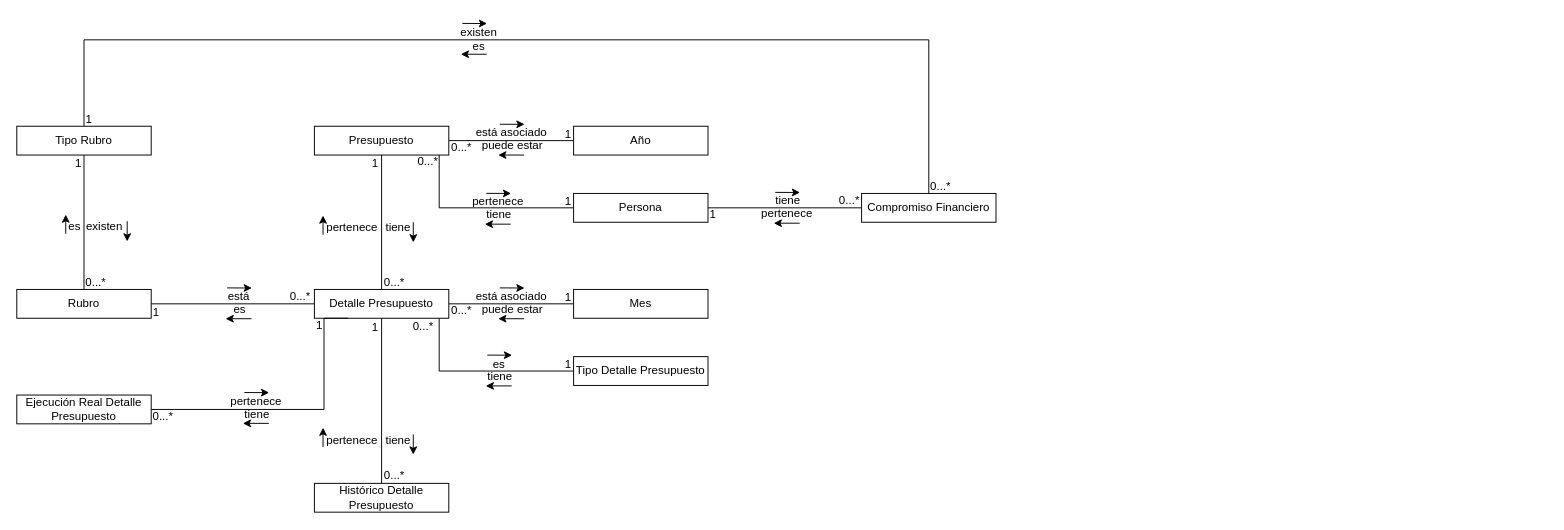
The draw.io diagram Clase/Hecho por el profe/DDD_ModeladoAnémico.drawio in DOOPan2022/Presupuesto, before the edit. Source tidied: cells renumbered, new cells numbered last; positions are measured from the earlier drawing's top-left corner, leaving out a move shared by most shapes. Both pictures are drawn from the tidied source at 96%, with x=0, y=0 at pixel (16, 17).
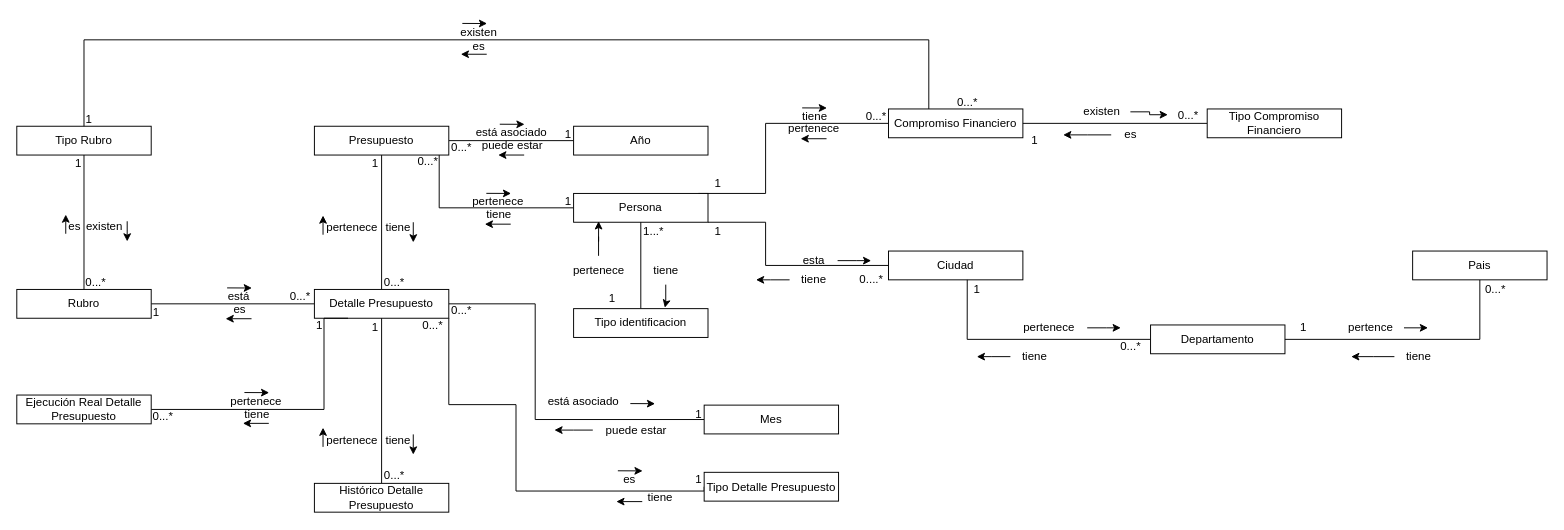
After the change.

Unchanged cells that the change refers to:
```xml
<mxCell id="15" value="Detalle Presupuesto" style="rounded=0;whiteSpace=wrap;html=1;" parent="1" vertex="1">
  <mxGeometry x="310" y="283" width="140" height="30" as="geometry" />
</mxCell>
<mxCell id="21" value="Persona" style="rounded=0;whiteSpace=wrap;html=1;" parent="1" vertex="1">
  <mxGeometry x="580" y="183" width="140" height="30" as="geometry" />
</mxCell>
```

What changed in the source:
```diff
@@
     <mxCell id="13" style="edgeStyle=orthogonalEdgeStyle;rounded=0;jettySize=auto;html=1;entryX=0;entryY=0.5;entryDx=0;entryDy=0;endArrow=none;endFill=0;" parent="1" edge="1" source="15" target="22">
-      <mxGeometry relative="1" as="geometry" />
+      <mxGeometry relative="1" as="geometry">
+        <Array as="points">
+          <mxPoint x="540" y="298" />
+          <mxPoint x="540" y="419" />
+        </Array>
+      </mxGeometry>
     </mxCell>
     <mxCell id="14" style="edgeStyle=orthogonalEdgeStyle;rounded=0;jettySize=auto;html=1;entryX=0;entryY=0.5;entryDx=0;entryDy=0;endArrow=none;endFill=0;" parent="1" edge="1" source="15" target="23">
       <mxGeometry relative="1" as="geometry">
         <Array as="points">
-          <mxPoint x="440" y="368" />
+          <mxPoint x="450" y="403" />
+          <mxPoint x="520" y="403" />
+          <mxPoint x="520" y="493" />
+          <mxPoint x="716" y="493" />
         </Array>
       </mxGeometry>
     </mxCell>
@@
-    <mxCell id="20" style="edgeStyle=orthogonalEdgeStyle;rounded=0;jettySize=auto;html=1;entryX=0;entryY=0.5;entryDx=0;entryDy=0;endArrow=none;endFill=0;" parent="1" edge="1" source="21" target="77">
-      <mxGeometry relative="1" as="geometry" />
+    <mxCell id="20" style="edgeStyle=orthogonalEdgeStyle;rounded=0;jettySize=auto;html=1;entryX=0;entryY=0.5;entryDx=0;entryDy=0;endArrow=none;endFill=0;startArrow=none;" parent="1" edge="1" target="77">
+      <mxGeometry relative="1" as="geometry">
+        <mxPoint x="710" y="183" as="sourcePoint" />
+        <Array as="points">
+          <mxPoint x="780" y="183" />
+          <mxPoint x="780" y="110" />
+        </Array>
+      </mxGeometry>
     </mxCell>
@@
     <mxCell id="22" value="Mes" style="rounded=0;whiteSpace=wrap;html=1;" parent="1" vertex="1">
-      <mxGeometry x="580" y="283" width="140" height="30" as="geometry" />
+      <mxGeometry x="716" y="403.5" width="140" height="30" as="geometry" />
     </mxCell>
     <mxCell id="23" value="Tipo Detalle Presupuesto" style="rounded=0;whiteSpace=wrap;html=1;" parent="1" vertex="1">
-      <mxGeometry x="580" y="353" width="140" height="30" as="geometry" />
+      <mxGeometry x="716" y="473.5" width="140" height="30" as="geometry" />
     </mxCell>
@@
     <mxCell id="44" value="está asociado" style="text;html=1;align=center;verticalAlign=middle;strokeColor=none;fillColor=none;" parent="1" vertex="1">
-      <mxGeometry x="465" y="275.5" width="100" height="30" as="geometry" />
+      <mxGeometry x="540" y="384.5" width="100" height="30" as="geometry" />
     </mxCell>
+    <mxCell id="90" style="edgeStyle=orthogonalEdgeStyle;rounded=0;jettySize=auto;html=1;" parent="1" edge="1" source="45">
+      <mxGeometry relative="1" as="geometry">
+        <mxPoint x="560" y="429.5" as="targetPoint" />
+      </mxGeometry>
+    </mxCell>
     <mxCell id="45" value="puede estar" style="text;html=1;align=center;verticalAlign=middle;points=[];strokeColor=none;fillColor=none;" parent="1" vertex="1">
-      <mxGeometry x="471" y="288.5" width="90" height="30" as="geometry" />
+      <mxGeometry x="600" y="414.5" width="90" height="30" as="geometry" />
     </mxCell>
-    <mxCell id="46" style="endArrow=classic;html=1;rounded=0;" parent="1" edge="1">
-      <mxGeometry relative="1" as="geometry">
-        <mxPoint x="528.5" y="313.5" as="sourcePoint" />
-        <mxPoint x="501.5" y="313.5" as="targetPoint" />
-      </mxGeometry>
-    </mxCell>
     <mxCell id="47" style="endArrow=classic;html=1;rounded=0;" parent="1" edge="1">
       <mxGeometry relative="1" as="geometry">
-        <mxPoint x="503.1" y="281.4" as="sourcePoint" />
-        <mxPoint x="528.9" y="281.5" as="targetPoint" />
+        <mxPoint x="639.1" y="401.9" as="sourcePoint" />
+        <mxPoint x="664.9" y="402" as="targetPoint" />
       </mxGeometry>
     </mxCell>
     <mxCell id="48" value="1" style="text;html=1;align=center;verticalAlign=middle;strokeColor=none;fillColor=none;" parent="1" vertex="1">
-      <mxGeometry x="559" y="277" width="30" height="30" as="geometry" />
+      <mxGeometry x="695" y="397.5" width="30" height="30" as="geometry" />
     </mxCell>
@@
     <mxCell id="50" value="es" style="text;html=1;align=center;verticalAlign=middle;strokeColor=none;fillColor=none;" parent="1" vertex="1">
-      <mxGeometry x="482" y="345.5" width="40" height="30" as="geometry" />
+      <mxGeometry x="618" y="466" width="40" height="30" as="geometry" />
     </mxCell>
     <mxCell id="51" value="tiene" style="text;html=1;align=center;verticalAlign=middle;strokeColor=none;fillColor=none;" parent="1" vertex="1">
-      <mxGeometry x="478" y="358.5" width="50" height="30" as="geometry" />
+      <mxGeometry x="645" y="485" width="50" height="30" as="geometry" />
     </mxCell>
     <mxCell id="52" style="endArrow=classic;html=1;rounded=0;" parent="1" edge="1">
       <mxGeometry relative="1" as="geometry">
-        <mxPoint x="515.5" y="383.5" as="sourcePoint" />
-        <mxPoint x="488.5" y="383.5" as="targetPoint" />
+        <mxPoint x="651.5" y="504" as="sourcePoint" />
+        <mxPoint x="624.5" y="504" as="targetPoint" />
       </mxGeometry>
     </mxCell>
     <mxCell id="53" style="endArrow=classic;html=1;rounded=0;" parent="1" edge="1">
       <mxGeometry relative="1" as="geometry">
-        <mxPoint x="490.1" y="351.4" as="sourcePoint" />
-        <mxPoint x="515.9" y="351.5" as="targetPoint" />
+        <mxPoint x="626.1" y="471.9" as="sourcePoint" />
+        <mxPoint x="651.9" y="472" as="targetPoint" />
       </mxGeometry>
     </mxCell>
     <mxCell id="54" value="1" style="text;html=1;align=center;verticalAlign=middle;strokeColor=none;fillColor=none;" parent="1" vertex="1">
-      <mxGeometry x="559" y="345.5" width="30" height="30" as="geometry" />
+      <mxGeometry x="695" y="466" width="30" height="30" as="geometry" />
     </mxCell>
     <mxCell id="55" value="0...*" style="text;html=1;align=center;verticalAlign=middle;strokeColor=none;fillColor=none;" parent="1" vertex="1">
-      <mxGeometry x="403" y="307" width="40" height="30" as="geometry" />
+      <mxGeometry x="413" y="305.5" width="40" height="30" as="geometry" />
     </mxCell>
@@
     <mxCell id="77" value="Compromiso Financiero" style="rounded=0;whiteSpace=wrap;html=1;" parent="1" vertex="1">
-      <mxGeometry x="880" y="183" width="140" height="30" as="geometry" />
+      <mxGeometry x="908" y="95" width="140" height="30" as="geometry" />
     </mxCell>
     <mxCell id="78" value="pertenece" style="text;html=1;align=center;verticalAlign=middle;strokeColor=none;fillColor=none;" parent="1" vertex="1">
-      <mxGeometry x="762" y="189" width="80" height="30" as="geometry" />
+      <mxGeometry x="790" y="101" width="80" height="30" as="geometry" />
     </mxCell>
     <mxCell id="79" value="tiene" style="text;html=1;align=center;verticalAlign=middle;strokeColor=none;fillColor=none;" parent="1" vertex="1">
-      <mxGeometry x="778" y="176" width="50" height="30" as="geometry" />
+      <mxGeometry x="806" y="88" width="50" height="30" as="geometry" />
     </mxCell>
     <mxCell id="80" style="endArrow=classic;html=1;rounded=0;" parent="1" edge="1">
       <mxGeometry relative="1" as="geometry">
-        <mxPoint x="815.5" y="214" as="sourcePoint" />
-        <mxPoint x="788.5" y="214" as="targetPoint" />
+        <mxPoint x="843.5" y="126" as="sourcePoint" />
+        <mxPoint x="816.5" y="126" as="targetPoint" />
       </mxGeometry>
     </mxCell>
     <mxCell id="81" style="endArrow=classic;html=1;rounded=0;" parent="1" edge="1">
       <mxGeometry relative="1" as="geometry">
-        <mxPoint x="790.1" y="181.9" as="sourcePoint" />
-        <mxPoint x="815.9" y="182" as="targetPoint" />
+        <mxPoint x="818.1" y="93.9" as="sourcePoint" />
+        <mxPoint x="843.9" y="94" as="targetPoint" />
       </mxGeometry>
     </mxCell>
-    <mxCell id="82" value="1" style="text;html=1;align=center;verticalAlign=middle;strokeColor=none;fillColor=none;" parent="1" vertex="1">
-      <mxGeometry x="710" y="190" width="30" height="30" as="geometry" />
-    </mxCell>
     <mxCell id="83" value="0...*" style="text;html=1;align=center;verticalAlign=middle;strokeColor=none;fillColor=none;" parent="1" vertex="1">
-      <mxGeometry x="847" y="176" width="40" height="30" as="geometry" />
+      <mxGeometry x="875" y="88" width="40" height="30" as="geometry" />
     </mxCell>
@@
     <mxCell id="88" value="0...*" style="text;html=1;align=center;verticalAlign=middle;strokeColor=none;fillColor=none;" parent="1" vertex="1">
-      <mxGeometry x="942" y="161" width="40" height="30" as="geometry" />
+      <mxGeometry x="970" y="73" width="40" height="30" as="geometry" />
     </mxCell>
@@
+    <mxCell id="91" style="edgeStyle=orthogonalEdgeStyle;rounded=0;jettySize=auto;html=1;entryX=1;entryY=1;entryDx=0;entryDy=0;endArrow=none;endFill=0;" parent="1" edge="1" source="92" target="21">
+      <mxGeometry relative="1" as="geometry">
+        <Array as="points">
+          <mxPoint x="780" y="258" />
+          <mxPoint x="780" y="213" />
+        </Array>
+      </mxGeometry>
+    </mxCell>
+    <mxCell id="92" value="Ciudad" style="rounded=0;whiteSpace=wrap;html=1;" parent="1" vertex="1">
+      <mxGeometry x="908" y="243" width="140" height="30" as="geometry" />
+    </mxCell>
+    <mxCell id="93" style="edgeStyle=orthogonalEdgeStyle;rounded=0;jettySize=auto;html=1;entryX=0.586;entryY=1;entryDx=0;entryDy=0;entryPerimeter=0;endArrow=none;endFill=0;" parent="1" edge="1" source="94" target="92">
+      <mxGeometry relative="1" as="geometry" />
+    </mxCell>
+    <mxCell id="94" value="Departamento" style="rounded=0;whiteSpace=wrap;html=1;" parent="1" vertex="1">
+      <mxGeometry x="1181" y="320" width="140" height="30" as="geometry" />
+    </mxCell>
+    <mxCell id="95" style="edgeStyle=orthogonalEdgeStyle;rounded=0;jettySize=auto;html=1;endArrow=none;endFill=0;" parent="1" edge="1" source="96" target="94">
+      <mxGeometry relative="1" as="geometry">
+        <Array as="points">
+          <mxPoint x="1524" y="335" />
+        </Array>
+      </mxGeometry>
+    </mxCell>
+    <mxCell id="96" value="Pais" style="rounded=0;whiteSpace=wrap;html=1;" parent="1" vertex="1">
+      <mxGeometry x="1454" y="243" width="140" height="30" as="geometry" />
+    </mxCell>
+    <mxCell id="97" style="edgeStyle=orthogonalEdgeStyle;rounded=0;jettySize=auto;html=1;entryX=1;entryY=0.5;entryDx=0;entryDy=0;endArrow=none;endFill=0;" parent="1" edge="1" source="98" target="77">
+      <mxGeometry relative="1" as="geometry" />
+    </mxCell>
+    <mxCell id="98" value="Tipo Compromiso Financiero&lt;br&gt;" style="rounded=0;whiteSpace=wrap;html=1;" parent="1" vertex="1">
+      <mxGeometry x="1240" y="95" width="140" height="30" as="geometry" />
+    </mxCell>
+    <mxCell id="99" value="1" style="text;html=1;align=center;verticalAlign=middle;strokeColor=none;fillColor=none;" parent="1" vertex="1">
+      <mxGeometry x="715" y="158" width="30" height="30" as="geometry" />
+    </mxCell>
+    <mxCell id="100" style="edgeStyle=orthogonalEdgeStyle;rounded=0;jettySize=auto;html=1;entryX=0.5;entryY=1;entryDx=0;entryDy=0;endArrow=none;endFill=0;" parent="1" edge="1" source="101" target="21">
+      <mxGeometry relative="1" as="geometry" />
+    </mxCell>
+    <mxCell id="101" value="Tipo identificacion" style="rounded=0;whiteSpace=wrap;html=1;" parent="1" vertex="1">
+      <mxGeometry x="580" y="303" width="140" height="30" as="geometry" />
+    </mxCell>
+    <mxCell id="102" value="1...*" style="text;html=1;align=center;verticalAlign=middle;strokeColor=none;fillColor=none;" parent="1" vertex="1">
+      <mxGeometry x="643" y="208" width="40" height="30" as="geometry" />
+    </mxCell>
+    <mxCell id="103" value="1" style="text;html=1;align=center;verticalAlign=middle;strokeColor=none;fillColor=none;" parent="1" vertex="1">
+      <mxGeometry x="605" y="278" width="30" height="30" as="geometry" />
+    </mxCell>
+    <mxCell id="104" style="edgeStyle=orthogonalEdgeStyle;rounded=0;jettySize=auto;html=1;entryX=0.679;entryY=-0.033;entryDx=0;entryDy=0;entryPerimeter=0;" parent="1" edge="1" source="105" target="101">
+      <mxGeometry relative="1" as="geometry" />
+    </mxCell>
+    <mxCell id="105" value="tiene" style="text;html=1;align=center;verticalAlign=middle;points=[];strokeColor=none;fillColor=none;" parent="1" vertex="1">
+      <mxGeometry x="651" y="248" width="50" height="30" as="geometry" />
+    </mxCell>
+    <mxCell id="106" style="edgeStyle=orthogonalEdgeStyle;rounded=0;jettySize=auto;html=1;entryX=0.186;entryY=0.967;entryDx=0;entryDy=0;entryPerimeter=0;" parent="1" edge="1" source="107" target="21">
+      <mxGeometry relative="1" as="geometry" />
+    </mxCell>
+    <mxCell id="107" value="pertenece" style="text;html=1;align=center;verticalAlign=middle;points=[];strokeColor=none;fillColor=none;" parent="1" vertex="1">
+      <mxGeometry x="566" y="248" width="80" height="30" as="geometry" />
+    </mxCell>
+    <mxCell id="108" style="edgeStyle=orthogonalEdgeStyle;rounded=0;jettySize=auto;html=1;" parent="1" edge="1" source="109">
+      <mxGeometry relative="1" as="geometry">
+        <mxPoint x="1150" y="323" as="targetPoint" />
+      </mxGeometry>
+    </mxCell>
+    <mxCell id="109" value="pertenece" style="text;html=1;align=center;verticalAlign=middle;points=[];strokeColor=none;fillColor=none;" parent="1" vertex="1">
+      <mxGeometry x="1035" y="308" width="80" height="30" as="geometry" />
+    </mxCell>
+    <mxCell id="110" style="edgeStyle=orthogonalEdgeStyle;rounded=0;jettySize=auto;html=1;" parent="1" edge="1" source="111">
+      <mxGeometry relative="1" as="geometry">
+        <mxPoint x="1470" y="323" as="targetPoint" />
+      </mxGeometry>
+    </mxCell>
+    <mxCell id="111" value="pertence" style="text;html=1;align=center;verticalAlign=middle;points=[];strokeColor=none;fillColor=none;" parent="1" vertex="1">
+      <mxGeometry x="1375" y="308" width="70" height="30" as="geometry" />
+    </mxCell>
+    <mxCell id="112" style="edgeStyle=orthogonalEdgeStyle;rounded=0;jettySize=auto;html=1;" parent="1" edge="1" source="113">
+      <mxGeometry relative="1" as="geometry">
+        <mxPoint x="890" y="253" as="targetPoint" />
+      </mxGeometry>
+    </mxCell>
+    <mxCell id="113" value="esta" style="text;html=1;align=center;verticalAlign=middle;points=[];strokeColor=none;fillColor=none;" parent="1" vertex="1">
+      <mxGeometry x="805" y="238" width="50" height="30" as="geometry" />
+    </mxCell>
+    <mxCell id="114" style="edgeStyle=orthogonalEdgeStyle;rounded=0;jettySize=auto;html=1;" parent="1" edge="1" source="115">
+      <mxGeometry relative="1" as="geometry">
+        <mxPoint x="770" y="273" as="targetPoint" />
+      </mxGeometry>
+    </mxCell>
+    <mxCell id="115" value="tiene" style="text;html=1;align=center;verticalAlign=middle;points=[];strokeColor=none;fillColor=none;" parent="1" vertex="1">
+      <mxGeometry x="805" y="258" width="50" height="30" as="geometry" />
+    </mxCell>
+    <mxCell id="116" style="edgeStyle=orthogonalEdgeStyle;rounded=0;jettySize=auto;html=1;" parent="1" edge="1" source="117">
+      <mxGeometry relative="1" as="geometry">
+        <mxPoint x="1000" y="353" as="targetPoint" />
+      </mxGeometry>
+    </mxCell>
+    <mxCell id="117" value="tiene" style="text;html=1;align=center;verticalAlign=middle;points=[];strokeColor=none;fillColor=none;" parent="1" vertex="1">
+      <mxGeometry x="1035" y="338" width="50" height="30" as="geometry" />
+    </mxCell>
+    <mxCell id="118" style="edgeStyle=orthogonalEdgeStyle;rounded=0;jettySize=auto;html=1;" parent="1" edge="1" source="119">
+      <mxGeometry relative="1" as="geometry">
+        <mxPoint x="1390" y="353" as="targetPoint" />
+      </mxGeometry>
+    </mxCell>
+    <mxCell id="119" value="tiene" style="text;html=1;align=center;verticalAlign=middle;points=[];strokeColor=none;fillColor=none;" parent="1" vertex="1">
+      <mxGeometry x="1435" y="338" width="50" height="30" as="geometry" />
+    </mxCell>
+    <mxCell id="120" value="1" style="text;html=1;align=center;verticalAlign=middle;strokeColor=none;fillColor=none;" parent="1" vertex="1">
+      <mxGeometry x="1325" y="308" width="30" height="30" as="geometry" />
+    </mxCell>
+    <mxCell id="121" value="0...*" style="text;html=1;align=center;verticalAlign=middle;strokeColor=none;fillColor=none;" parent="1" vertex="1">
+      <mxGeometry x="1520" y="268" width="40" height="30" as="geometry" />
+    </mxCell>
+    <mxCell id="122" value="0...*" style="text;html=1;align=center;verticalAlign=middle;strokeColor=none;fillColor=none;" parent="1" vertex="1">
+      <mxGeometry x="1140" y="328" width="40" height="30" as="geometry" />
+    </mxCell>
+    <mxCell id="123" value="1" style="text;html=1;align=center;verticalAlign=middle;strokeColor=none;fillColor=none;" parent="1" vertex="1">
+      <mxGeometry x="985" y="268" width="30" height="30" as="geometry" />
+    </mxCell>
+    <mxCell id="124" value="0....*" style="text;html=1;align=center;verticalAlign=middle;strokeColor=none;fillColor=none;" parent="1" vertex="1">
+      <mxGeometry x="865" y="258" width="50" height="30" as="geometry" />
+    </mxCell>
+    <mxCell id="125" value="1" style="text;html=1;align=center;verticalAlign=middle;strokeColor=none;fillColor=none;" parent="1" vertex="1">
+      <mxGeometry x="715" y="208" width="30" height="30" as="geometry" />
+    </mxCell>
+    <mxCell id="126" value="1" style="text;html=1;align=center;verticalAlign=middle;strokeColor=none;fillColor=none;" parent="1" vertex="1">
+      <mxGeometry x="1045" y="113" width="30" height="30" as="geometry" />
+    </mxCell>
+    <mxCell id="127" value="0...*" style="text;html=1;align=center;verticalAlign=middle;points=[];strokeColor=none;fillColor=none;" parent="1" vertex="1">
+      <mxGeometry x="1200" y="87" width="40" height="30" as="geometry" />
+    </mxCell>
+    <mxCell id="128" style="edgeStyle=orthogonalEdgeStyle;rounded=0;jettySize=auto;html=1;endArrow=classic;endFill=1;" parent="1" edge="1" source="129">
+      <mxGeometry relative="1" as="geometry">
+        <mxPoint x="1090" y="122" as="targetPoint" />
+      </mxGeometry>
+    </mxCell>
+    <mxCell id="129" value="es" style="text;html=1;align=center;verticalAlign=middle;points=[];strokeColor=none;fillColor=none;" parent="1" vertex="1">
+      <mxGeometry x="1140" y="107" width="40" height="30" as="geometry" />
+    </mxCell>
+    <mxCell id="130" style="edgeStyle=orthogonalEdgeStyle;rounded=0;jettySize=auto;html=1;entryX=-0.025;entryY=0.467;entryDx=0;entryDy=0;entryPerimeter=0;endArrow=classic;endFill=1;" parent="1" edge="1" source="131" target="127">
+      <mxGeometry relative="1" as="geometry" />
+    </mxCell>
+    <mxCell id="131" value="existen" style="text;html=1;align=center;verticalAlign=middle;points=[];strokeColor=none;fillColor=none;" parent="1" vertex="1">
+      <mxGeometry x="1100" y="83" width="60" height="30" as="geometry" />
+    </mxCell>
```
